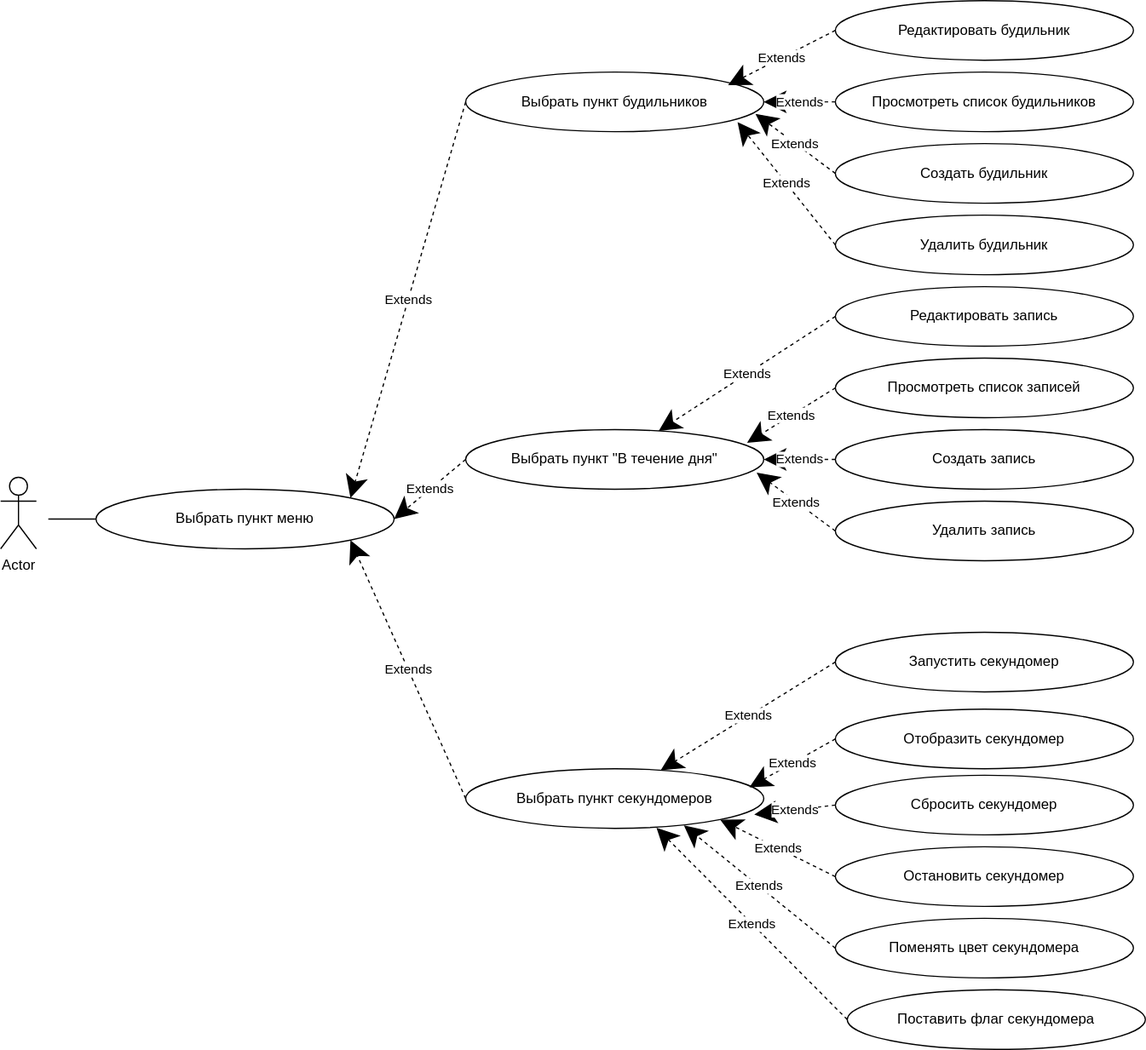
Earlier version of the draw.io export Изображения/Лаба-Сценарии использования.svg (izen57/PPO). Source tidied: cells renumbered, new cells last; positions are measured from the earlier drawing's top-left corner, leaving out a move shared by most shapes.
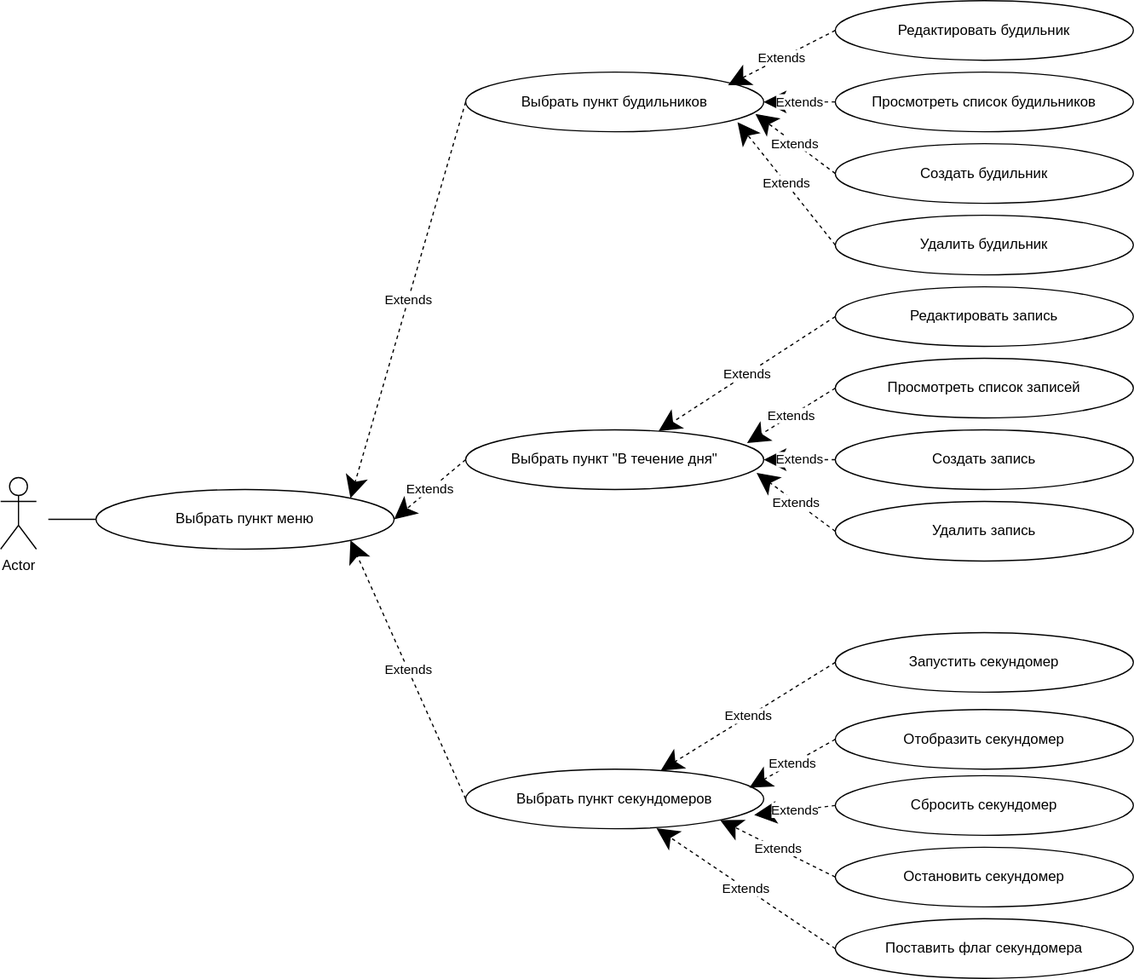
Later version of the same file.

Diff of the diagram source:
```diff
@@ -104,14 +104,8 @@
     <mxCell id="34" value="Extends" style="endArrow=classic;endSize=16;endFill=1;html=1;rounded=0;entryX=0.952;entryY=0.31;entryDx=0;entryDy=0;exitX=0;exitY=0.5;exitDx=0;exitDy=0;dashed=1;entryPerimeter=0;" parent="1" edge="1" source="33" target="13">
       <mxGeometry relative="1" as="geometry" />
     </mxCell>
-    <mxCell id="35" value="Поменять цвет секундомера" style="ellipse;whiteSpace=wrap;html=1;" parent="1" vertex="1">
-      <mxGeometry x="700" y="770" width="250" height="50" as="geometry" />
-    </mxCell>
-    <mxCell id="36" value="Extends" style="endArrow=classic;endSize=16;endFill=1;html=1;rounded=0;exitX=0;exitY=0.5;exitDx=0;exitDy=0;dashed=1;entryX=0.732;entryY=0.95;entryDx=0;entryDy=0;entryPerimeter=0;" parent="1" edge="1" source="35" target="13">
-      <mxGeometry relative="1" as="geometry" />
-    </mxCell>
     <mxCell id="37" value="Поставить флаг секундомера" style="ellipse;whiteSpace=wrap;html=1;" parent="1" vertex="1">
-      <mxGeometry x="710" y="830" width="250" height="50" as="geometry" />
+      <mxGeometry x="700" y="770" width="250" height="50" as="geometry" />
     </mxCell>
     <mxCell id="38" value="Extends" style="endArrow=classic;endSize=16;endFill=1;html=1;rounded=0;exitX=0;exitY=0.5;exitDx=0;exitDy=0;dashed=1;entryX=0.64;entryY=0.99;entryDx=0;entryDy=0;entryPerimeter=0;" parent="1" edge="1" source="37" target="13">
       <mxGeometry relative="1" as="geometry" />
```
